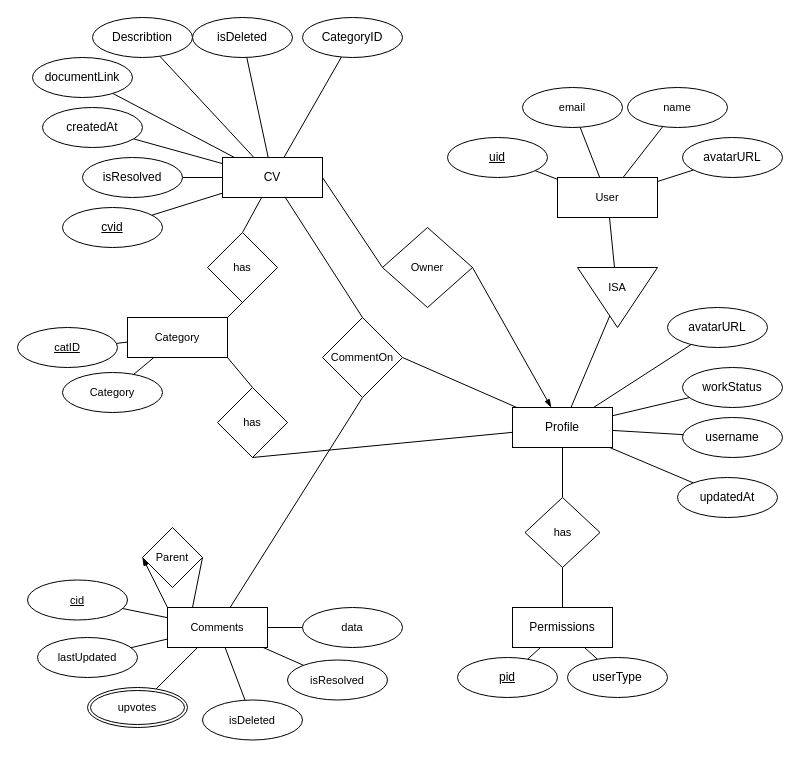
Earlier version of the draw.io diagram page "Suggested DB" (2 of 3) of docs/cv-next-ERD.drawio (magshimim-next/cv-next). Source tidied: cells renumbered, new cells numbered last; positions are measured from the earlier drawing's top-left corner, leaving out a move shared by most shapes. Both pictures are drawn from the tidied source at 100%, with x=0, y=0 at pixel (17, 17).
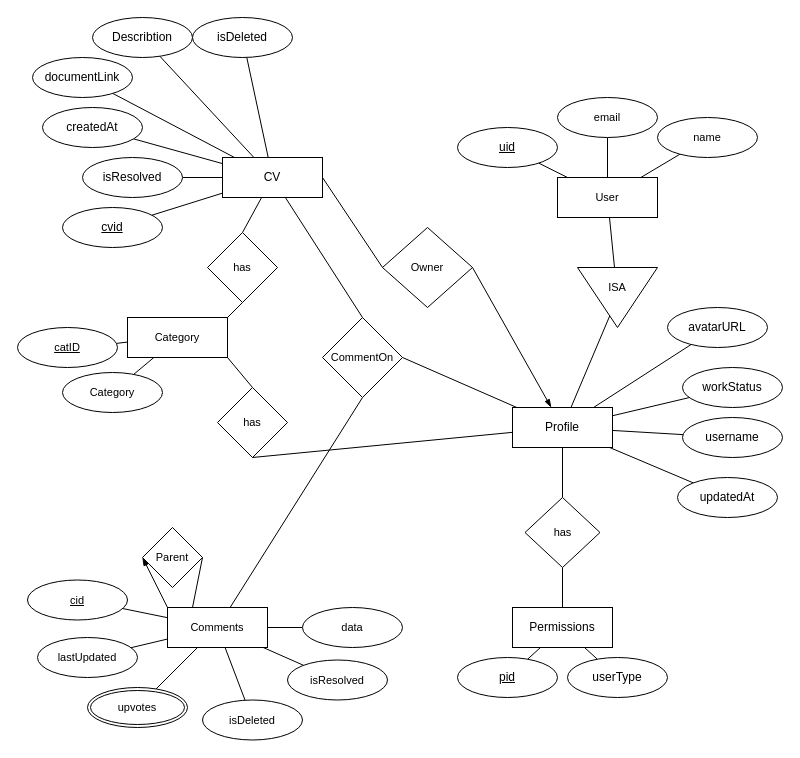
Above is the later version.

Unchanged cells that the change refers to:
```xml
<mxCell id="38" value="CV" style="whiteSpace=wrap;html=1;align=center;" parent="1" vertex="1">
  <mxGeometry x="205" y="140" width="100" height="40" as="geometry" />
</mxCell>
<mxCell id="63" value="User" style="whiteSpace=wrap;html=1;align=center;fontFamily=Helvetica;fontSize=11;fontColor=default;labelBackgroundColor=default;" parent="1" vertex="1">
  <mxGeometry x="540" y="160" width="100" height="40" as="geometry" />
</mxCell>
```

The edit, as a diff of the source:
```diff
@@
-    <mxCell id="39" style="rounded=0;jettySize=auto;html=1;strokeColor=default;endArrow=none;endFill=0;" parent="1" edge="1" source="40" target="38">
-      <mxGeometry relative="1" as="geometry" />
-    </mxCell>
-    <mxCell id="40" value="CategoryID" style="ellipse;whiteSpace=wrap;html=1;align=center;" parent="1" vertex="1">
-      <mxGeometry x="285" width="100" height="40" as="geometry" />
-    </mxCell>
@@
-    <mxCell id="61" style="edgeStyle=none;shape=connector;rounded=0;jettySize=auto;html=1;strokeColor=default;align=center;verticalAlign=middle;fontFamily=Helvetica;fontSize=11;fontColor=default;labelBackgroundColor=default;endArrow=none;endFill=0;" parent="1" edge="1" source="63" target="68">
-      <mxGeometry relative="1" as="geometry" />
-    </mxCell>
@@
     <mxCell id="65" value="email" style="ellipse;whiteSpace=wrap;html=1;align=center;fontFamily=Helvetica;fontSize=11;fontColor=default;labelBackgroundColor=default;" parent="1" vertex="1">
-      <mxGeometry x="505" y="70" width="100" height="40" as="geometry" />
+      <mxGeometry x="540" y="80" width="100" height="40" as="geometry" />
     </mxCell>
@@
     <mxCell id="67" value="name" style="ellipse;whiteSpace=wrap;html=1;align=center;fontFamily=Helvetica;fontSize=11;fontColor=default;labelBackgroundColor=default;" parent="1" vertex="1">
-      <mxGeometry x="610" y="70" width="100" height="40" as="geometry" />
+      <mxGeometry x="640" y="100" width="100" height="40" as="geometry" />
     </mxCell>
-    <mxCell id="68" value="avatarURL" style="ellipse;whiteSpace=wrap;html=1;align=center;" parent="1" vertex="1">
-      <mxGeometry x="665" y="120" width="100" height="40" as="geometry" />
-    </mxCell>
@@
     <mxCell id="70" value="uid" style="ellipse;whiteSpace=wrap;html=1;align=center;fontStyle=4;" parent="1" vertex="1">
-      <mxGeometry x="430" y="120" width="100" height="40" as="geometry" />
+      <mxGeometry x="440" y="110" width="100" height="40" as="geometry" />
     </mxCell>
```
